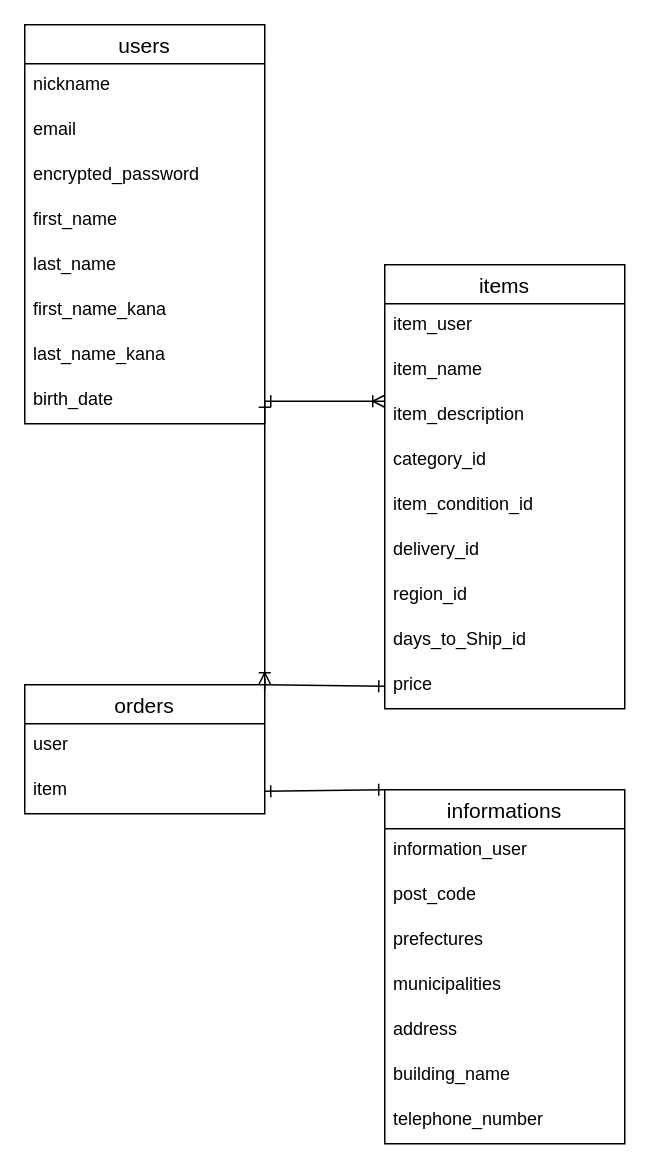
1hiromu1/furima-38909 keeps this draw.io diagram as furima.dio. Above is the earlier version. Source tidied: cells renumbered, new cells numbered last; positions are measured from the earlier drawing's top-left corner, leaving out a move shared by most shapes. Both pictures are drawn from the tidied source at 150%, with x=0, y=0 at pixel (24, 24).
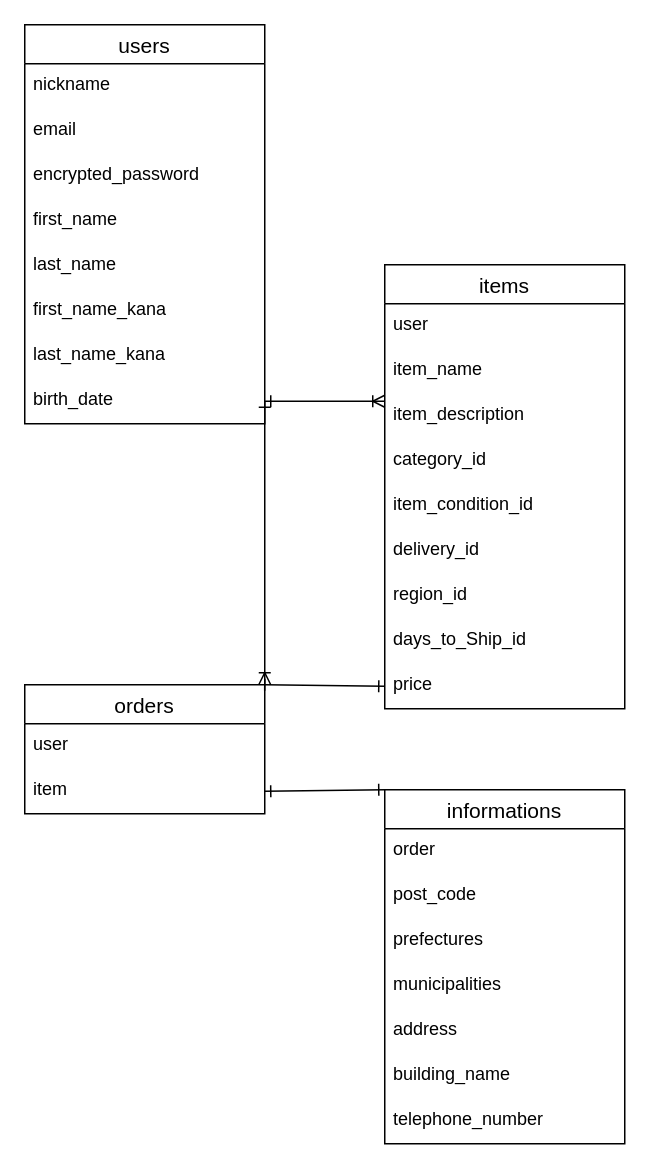
The same page after the edit.

Commit message (it also covers changes not shown here):
item_userテーブルの修正

Unchanged cells that the change refers to:
```xml
<mxCell id="11" value="items" style="swimlane;fontStyle=0;horizontal=1;startSize=26;align=center;fontSize=14;" parent="1" vertex="1">
  <mxGeometry x="240" y="160" width="160" height="296" as="geometry" />
</mxCell>
<mxCell id="24" value="informations" style="swimlane;fontStyle=0;horizontal=1;startSize=26;align=center;fontSize=14;" parent="1" vertex="1">
  <mxGeometry x="240" y="510" width="160" height="236" as="geometry" />
</mxCell>
```

Change to the diagram source:
```diff
@@
-    <mxCell id="12" value="item_user" style="text;strokeColor=none;fillColor=none;spacingLeft=4;spacingRight=4;overflow=hidden;fontSize=12;" parent="11" vertex="1">
+    <mxCell id="12" value="user" style="text;strokeColor=none;fillColor=none;spacingLeft=4;spacingRight=4;overflow=hidden;fontSize=12;" parent="11" vertex="1">
       <mxGeometry y="26" width="160" height="30" as="geometry" />
     </mxCell>
@@
-    <mxCell id="25" value="information_user" style="text;strokeColor=none;fillColor=none;spacingLeft=4;spacingRight=4;overflow=hidden;fontSize=12;" parent="24" vertex="1">
+    <mxCell id="25" value="order" style="text;strokeColor=none;fillColor=none;spacingLeft=4;spacingRight=4;overflow=hidden;fontSize=12;" parent="24" vertex="1">
       <mxGeometry y="26" width="160" height="30" as="geometry" />
     </mxCell>
```
